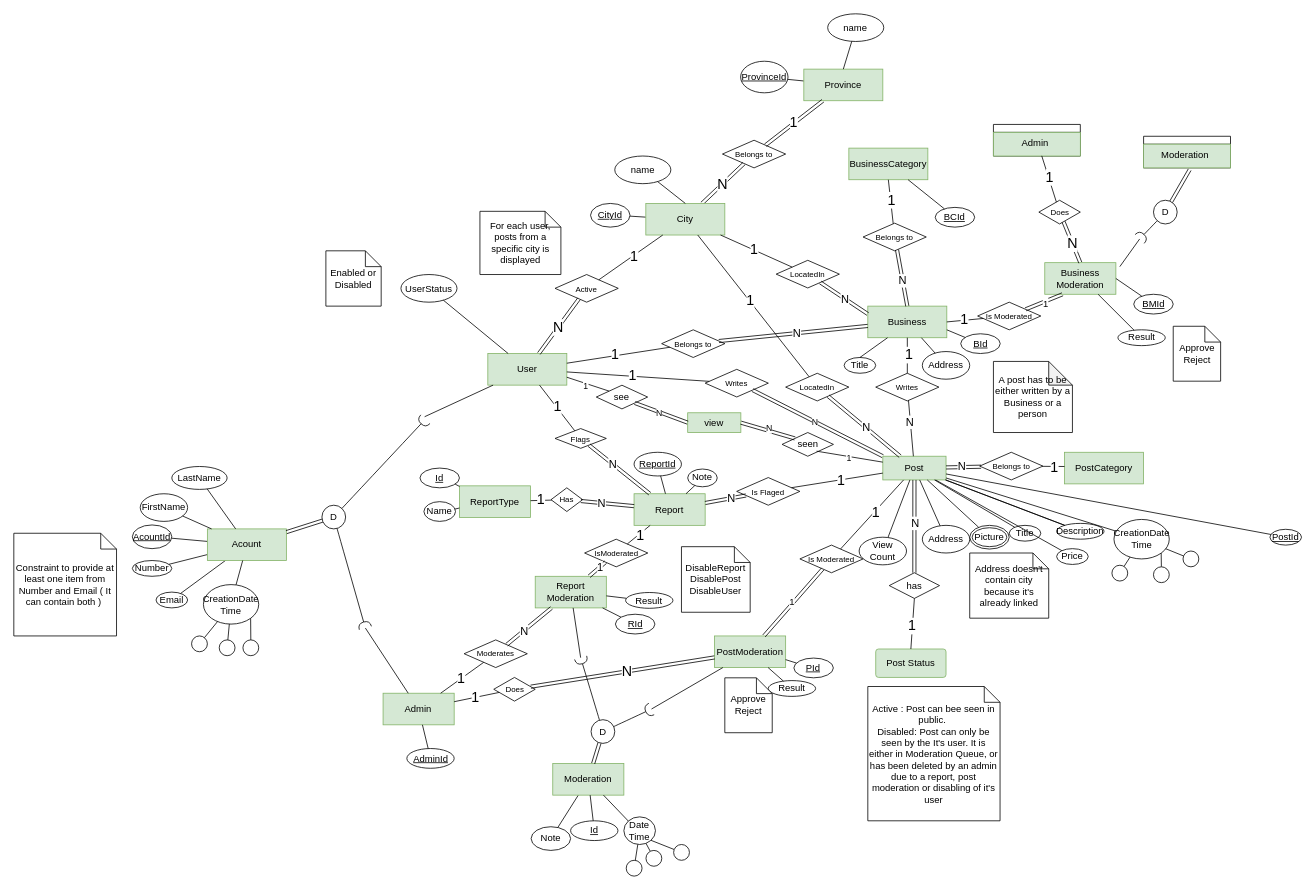
Earlier version of the draw.io diagram Project.drawio (khebrati/HamsellDatabase). Source tidied: cells renumbered, new cells numbered last; positions are measured from the earlier drawing's top-left corner, leaving out a move shared by most shapes. Both pictures are drawn from the tidied source at 79%, with x=0, y=0 at pixel (13, 13).
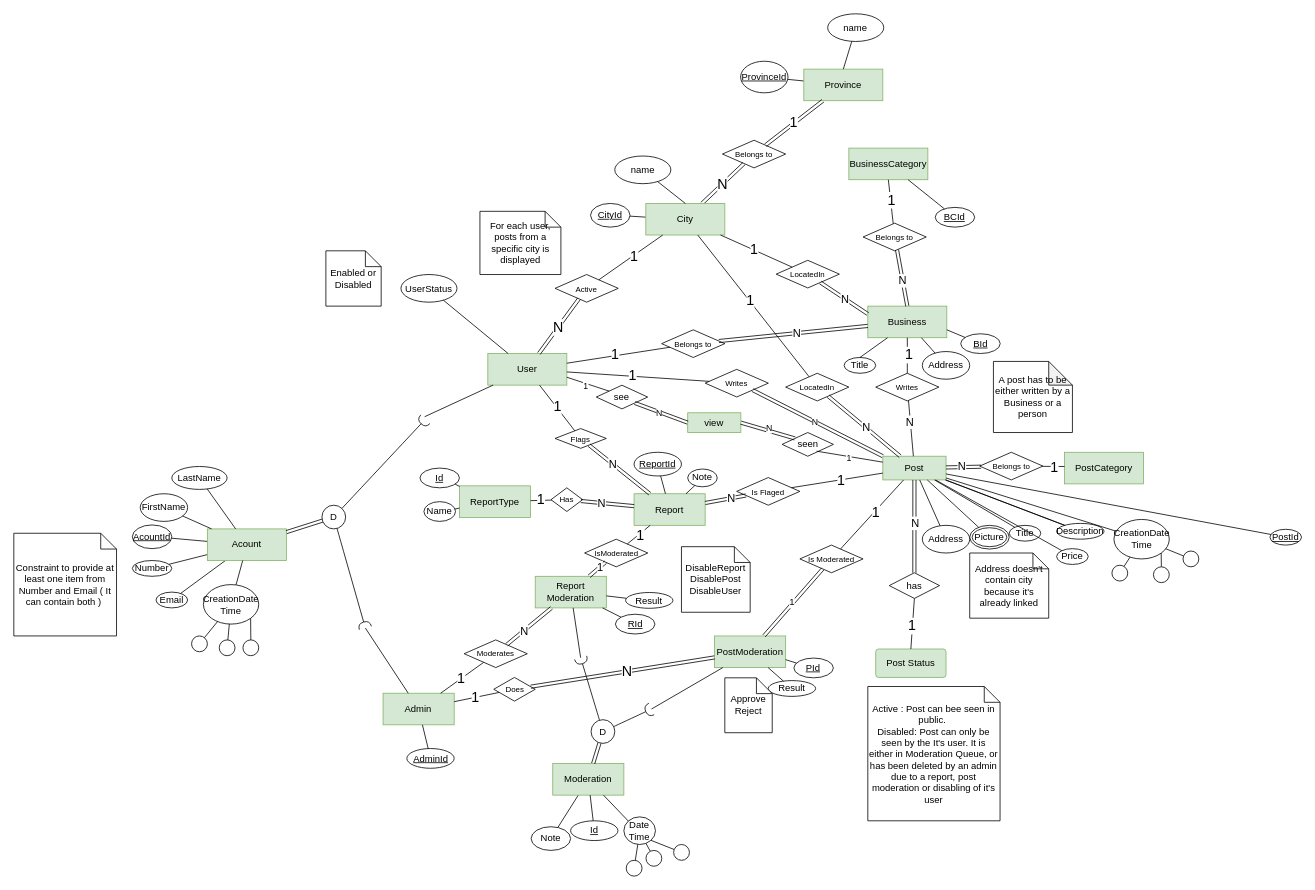
The same page after the edit.

Commit message:
deleted view count on post, deleted business moderation in design

Unchanged cells that the change refers to:
```xml
<mxCell id="5" value="Post" style="whiteSpace=wrap;html=1;align=center;fillColor=#d5e8d4;strokeColor=#82b366;" parent="1" vertex="1">
  <mxGeometry x="1100" y="560" width="80" height="30" as="geometry" />
</mxCell>
<mxCell id="168" value="Business" style="whiteSpace=wrap;html=1;align=center;fillColor=#d5e8d4;strokeColor=#82b366;" parent="1" vertex="1">
  <mxGeometry x="1081" y="370" width="100" height="40" as="geometry" />
</mxCell>
<mxCell id="225" style="ellipse;whiteSpace=wrap;html=1;align=center;fillColor=none;strokeColor=none;perimeter=centerPerimeter;points=[];outlineConnect=1;" parent="1" vertex="1">
  <mxGeometry x="1420.1" y="280" width="10" height="10" as="geometry" />
</mxCell>
```

What changed in the source:
```diff
@@
-    <mxCell id="165" value="View&lt;div&gt;Count&lt;/div&gt;" style="ellipse;whiteSpace=wrap;html=1;align=center;" parent="1" vertex="1">
-      <mxGeometry x="1070" y="662.5" width="60" height="35" as="geometry" />
-    </mxCell>
-    <mxCell id="166" style="endArrow=none;html=1;rounded=0;" parent="1" edge="1" source="5" target="165">
-      <mxGeometry relative="1" as="geometry" />
-    </mxCell>
@@
-    <mxCell id="217" style="swimlane;fontStyle=0;horizontal=1;startSize=10;align=center;fontSize=14;" parent="1" vertex="1">
-      <mxGeometry x="1430.1" y="155" width="110" height="40" as="geometry" />
-    </mxCell>
-    <mxCell id="218" value="&amp;nbsp; &amp;nbsp; &amp;nbsp;Moderation" style="text;strokeColor=#82b366;fillColor=#d5e8d4;spacingLeft=4;spacingRight=4;overflow=hidden;points=[[0,0.5],[1,0.5]];portConstraint=eastwest;fontSize=12;whiteSpace=wrap;html=1;" parent="217" vertex="1">
-      <mxGeometry y="10" width="110" height="30" as="geometry" />
-    </mxCell>
@@
-    <mxCell id="220" value="D" style="ellipse;whiteSpace=wrap;html=1;align=center;" parent="1" vertex="1">
-      <mxGeometry x="1442.6" y="236" width="30" height="30" as="geometry" />
-    </mxCell>
-    <mxCell id="221" style="shape=link;html=1;rounded=0;entryX=0.53;entryY=1.077;entryDx=0;entryDy=0;entryPerimeter=0;" parent="1" edge="1" source="220" target="218">
-      <mxGeometry relative="1" as="geometry" />
-    </mxCell>
@@
-    <mxCell id="223" style="rounded=0;jettySize=auto;html=1;endArrow=halfCircle;endFill=0;endSize=6;strokeWidth=1;sketch=0;fontSize=12;curved=1;entryX=1;entryY=1;entryDx=0;entryDy=0;entryPerimeter=0;" parent="1" edge="1" source="220" target="225">
-      <mxGeometry relative="1" as="geometry" />
-    </mxCell>
-    <mxCell id="224" style="endArrow=none;html=1;rounded=0;entryX=0.753;entryY=-0.26;entryDx=0;entryDy=0;entryPerimeter=0;" parent="1" edge="1" target="225">
-      <mxGeometry relative="1" as="geometry">
-        <mxPoint x="1400" y="320" as="sourcePoint" />
-      </mxGeometry>
-    </mxCell>
@@
-    <mxCell id="226" value="Business&lt;div&gt;Moderation&lt;/div&gt;" style="whiteSpace=wrap;html=1;align=center;fillColor=#d5e8d4;strokeColor=#82b366;" parent="1" vertex="1">
-      <mxGeometry x="1305" y="315" width="90" height="40" as="geometry" />
-    </mxCell>
-    <mxCell id="227" value="&lt;font style=&quot;font-size: 10px;&quot;&gt;Is Moderated&lt;/font&gt;" style="shape=rhombus;perimeter=rhombusPerimeter;whiteSpace=wrap;html=1;align=center;" parent="1" vertex="1">
-      <mxGeometry x="1220" y="365" width="80" height="35" as="geometry" />
-    </mxCell>
-    <mxCell id="228" style="endArrow=none;html=1;rounded=0;entryX=1;entryY=0.5;entryDx=0;entryDy=0;" parent="1" edge="1" source="227" target="168">
-      <mxGeometry relative="1" as="geometry" />
-    </mxCell>
-    <mxCell id="229" value="&lt;font style=&quot;font-size: 18px;&quot;&gt;1&lt;/font&gt;" style="edgeLabel;html=1;align=center;verticalAlign=middle;" parent="228" vertex="1">
-      <mxGeometry x="0.08" y="-1" relative="1" as="geometry" />
-    </mxCell>
-    <mxCell id="230" style="shape=link;html=1;rounded=0;fontSize=12;startSize=8;endSize=8;curved=1;exitX=0.25;exitY=1;exitDx=0;exitDy=0;" parent="1" edge="1" source="226" target="227">
-      <mxGeometry relative="1" as="geometry" />
-    </mxCell>
-    <mxCell id="231" value="1" style="edgeLabel;html=1;align=center;verticalAlign=middle;fontSize=12;" parent="230" vertex="1">
-      <mxGeometry y="2" relative="1" as="geometry" />
-    </mxCell>
-    <mxCell id="232" value="Result" style="ellipse;whiteSpace=wrap;html=1;align=center;" parent="1" vertex="1">
-      <mxGeometry x="1397.6" y="400" width="59.9" height="20" as="geometry" />
-    </mxCell>
-    <mxCell id="233" style="endArrow=none;html=1;rounded=0;entryX=0.75;entryY=1;entryDx=0;entryDy=0;" parent="1" edge="1" source="232" target="226">
-      <mxGeometry relative="1" as="geometry" />
-    </mxCell>
-    <mxCell id="234" value="Approve&lt;div&gt;Reject&lt;/div&gt;" style="shape=note;size=20;whiteSpace=wrap;html=1;" parent="1" vertex="1">
-      <mxGeometry x="1467.6" y="395.5" width="60" height="69.5" as="geometry" />
-    </mxCell>
-    <mxCell id="235" style="swimlane;fontStyle=0;horizontal=1;startSize=10;align=center;fontSize=14;" parent="1" vertex="1">
-      <mxGeometry x="1240" y="140" width="110" height="40" as="geometry" />
-    </mxCell>
-    <mxCell id="236" value="&amp;nbsp; &amp;nbsp; &amp;nbsp; &amp;nbsp; &amp;nbsp;Admin" style="text;strokeColor=#82b366;fillColor=#d5e8d4;spacingLeft=4;spacingRight=4;overflow=hidden;points=[[0,0.5],[1,0.5]];portConstraint=eastwest;fontSize=12;whiteSpace=wrap;html=1;" parent="235" vertex="1">
-      <mxGeometry y="10" width="110" height="30" as="geometry" />
-    </mxCell>
-    <mxCell id="237" value="&lt;font style=&quot;font-size: 10px;&quot;&gt;Does&lt;/font&gt;" style="shape=rhombus;perimeter=rhombusPerimeter;whiteSpace=wrap;html=1;align=center;" parent="1" vertex="1">
-      <mxGeometry x="1297.5" y="236" width="52.5" height="30" as="geometry" />
-    </mxCell>
-    <mxCell id="238" style="shape=link;html=1;rounded=0;exitX=0.5;exitY=0;exitDx=0;exitDy=0;" parent="1" edge="1" source="226" target="237">
-      <mxGeometry relative="1" as="geometry" />
-    </mxCell>
-    <mxCell id="239" value="&lt;font style=&quot;font-size: 18px;&quot;&gt;N&lt;/font&gt;" style="edgeLabel;html=1;align=center;verticalAlign=middle;" parent="238" vertex="1">
-      <mxGeometry x="-0.04" relative="1" as="geometry" />
-    </mxCell>
-    <mxCell id="240" style="endArrow=none;html=1;rounded=0;entryX=0.556;entryY=0.993;entryDx=0;entryDy=0;entryPerimeter=0;" parent="1" edge="1" source="237" target="236">
-      <mxGeometry relative="1" as="geometry" />
-    </mxCell>
-    <mxCell id="241" value="&lt;font style=&quot;font-size: 18px;&quot;&gt;1&lt;/font&gt;" style="edgeLabel;html=1;align=center;verticalAlign=middle;" parent="240" vertex="1">
-      <mxGeometry x="0.08" y="-1" relative="1" as="geometry" />
-    </mxCell>
@@
-    <mxCell id="250" value="BM&lt;span style=&quot;background-color: initial;&quot;&gt;Id&lt;/span&gt;" style="ellipse;whiteSpace=wrap;html=1;align=center;fontStyle=4;" parent="1" vertex="1">
-      <mxGeometry x="1417.6" y="355" width="50" height="25" as="geometry" />
-    </mxCell>
-    <mxCell id="251" style="endArrow=none;html=1;rounded=0;entryX=1;entryY=0.5;entryDx=0;entryDy=0;" parent="1" edge="1" source="250" target="226">
-      <mxGeometry relative="1" as="geometry" />
-    </mxCell>
```
